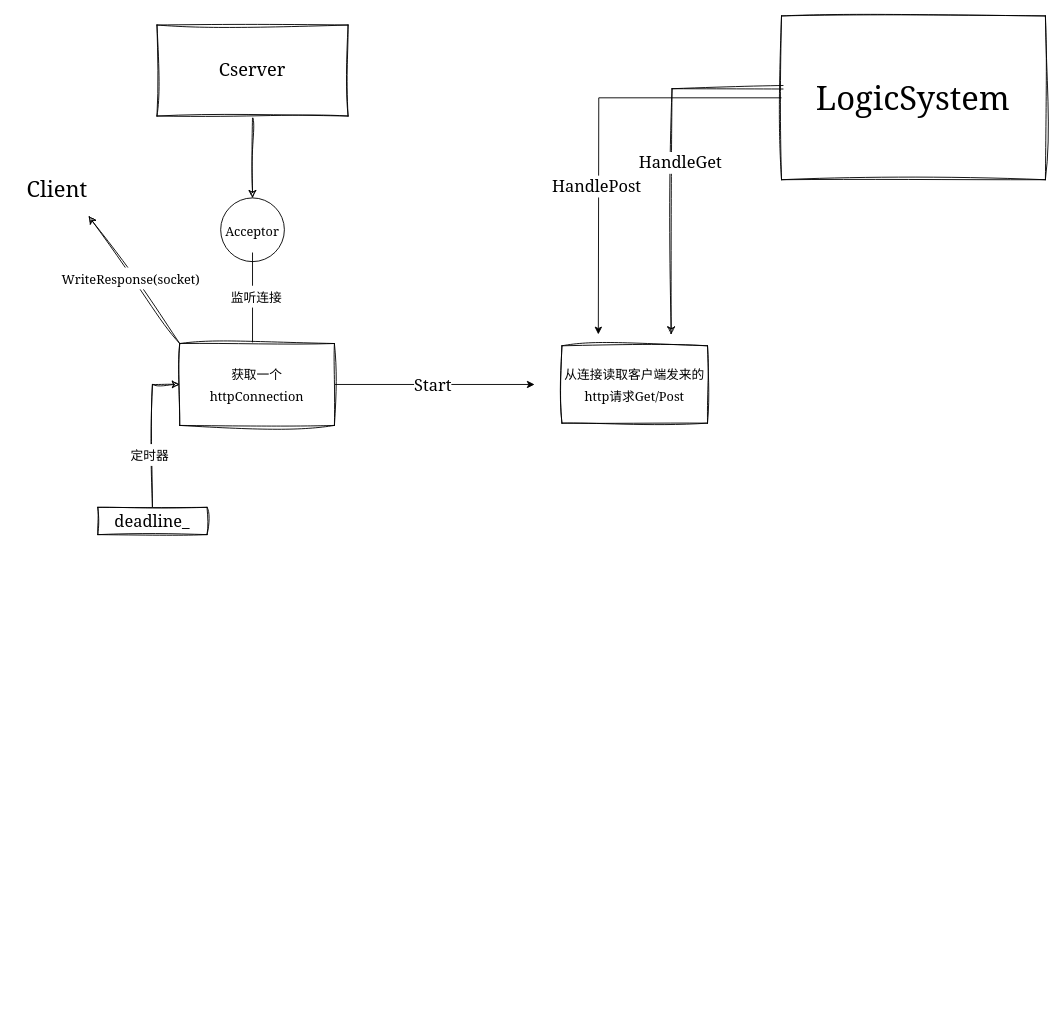
This is GateServer/GateServer.drawio from zyuhao7/WeChat, a draw.io file, before an edit. Source tidied: cells renumbered, new cells numbered last; positions are measured from the earlier drawing's top-left corner, leaving out a move shared by most shapes. Both pictures are drawn from the tidied source at 91%, with x=0, y=0 at pixel (15, 15).
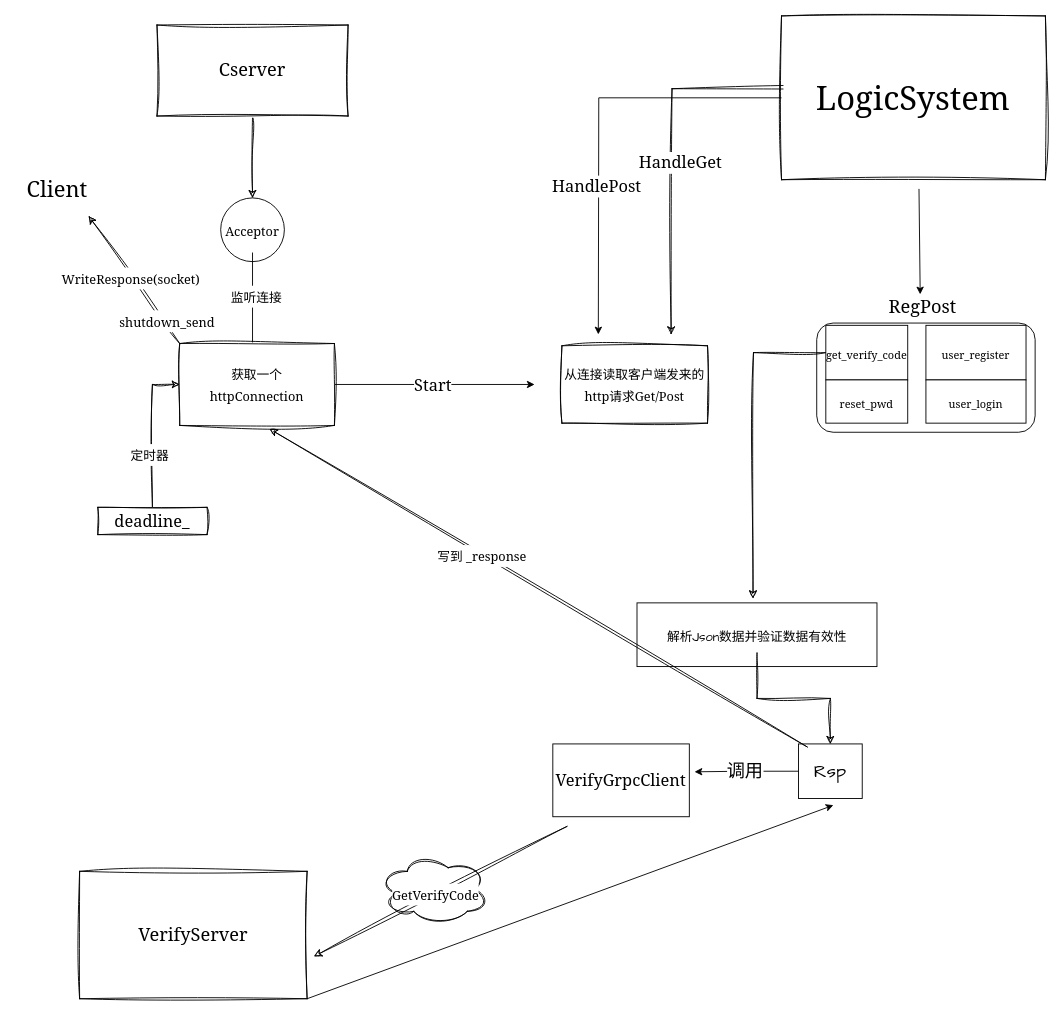
The same page after the edit.

The change refers to these unchanged cells:
```xml
<mxCell id="9" value="&lt;font face=&quot;Georgia&quot; style=&quot;font-size: 14px;&quot;&gt;获取一个&lt;br&gt;httpConnection&lt;/font&gt;" style="rounded=0;whiteSpace=wrap;html=1;sketch=1;hachureGap=4;jiggle=2;curveFitting=1;fontFamily=Architects Daughter;fontSize=20;" parent="1" vertex="1">
  <mxGeometry x="180" y="360" width="170" height="90" as="geometry" />
</mxCell>
<mxCell id="14" value="&lt;font style=&quot;font-size: 36px;&quot; face=&quot;Georgia&quot;&gt;LogicSystem&lt;/font&gt;" style="rounded=0;whiteSpace=wrap;html=1;sketch=1;hachureGap=4;jiggle=2;curveFitting=1;fontFamily=Architects Daughter;fontSize=20;" parent="1" vertex="1">
  <mxGeometry x="841.3" width="290" height="180" as="geometry" />
</mxCell>
<mxCell id="19" style="endArrow=classic;html=1;rounded=0;sketch=1;hachureGap=4;jiggle=2;curveFitting=1;fontFamily=Architects Daughter;fontSize=16;exitX=0.041;exitY=-0.007;exitDx=0;exitDy=0;exitPerimeter=0;" parent="1" edge="1">
  <mxGeometry relative="1" as="geometry">
    <mxPoint x="180" y="360" as="sourcePoint" />
    <mxPoint x="80" y="220" as="targetPoint" />
  </mxGeometry>
</mxCell>
```

Change to the diagram source:
```diff
@@
+    <mxCell id="22" style="rounded=1;whiteSpace=wrap;html=1;hachureGap=4;fontFamily=Architects Daughter;fontSize=20;" parent="1" vertex="1">
+      <mxGeometry x="880" y="337.5" width="240" height="120" as="geometry" />
+    </mxCell>
@@
+    <mxCell id="23" value="&lt;font style=&quot;font-size: 14px;&quot; face=&quot;Georgia&quot;&gt;shutdown_send&lt;/font&gt;" style="edgeLabel;html=1;align=center;verticalAlign=middle;fontSize=20;fontFamily=Architects Daughter;" parent="19" vertex="1">
+      <mxGeometry x="-0.65" y="-4" relative="1" as="geometry">
+        <mxPoint y="1" as="offset" />
+      </mxGeometry>
+    </mxCell>
@@
+    <mxCell id="24" value="&lt;font face=&quot;Georgia&quot;&gt;RegPost&lt;/font&gt;" style="text;html=1;align=center;verticalAlign=middle;points=[];strokeColor=none;fillColor=none;fontSize=20;fontFamily=Architects Daughter;" parent="1" vertex="1">
+      <mxGeometry x="946.3" y="300" width="100" height="40" as="geometry" />
+    </mxCell>
+    <mxCell id="25" style="edgeStyle=orthogonalEdgeStyle;rounded=0;sketch=1;hachureGap=4;jiggle=2;curveFitting=1;jettySize=auto;html=1;fontFamily=Architects Daughter;fontSize=16;" parent="1" edge="1" source="26">
+      <mxGeometry relative="1" as="geometry">
+        <mxPoint x="810" y="640" as="targetPoint" />
+      </mxGeometry>
+    </mxCell>
+    <mxCell id="26" value="&lt;font face=&quot;Georgia&quot; style=&quot;font-size: 12px;&quot;&gt;get_verify_code&lt;/font&gt;" style="rounded=0;whiteSpace=wrap;html=1;hachureGap=4;fontFamily=Architects Daughter;fontSize=20;" parent="1" vertex="1">
+      <mxGeometry x="890" y="340" width="90" height="60" as="geometry" />
+    </mxCell>
+    <mxCell id="27" value="&lt;font face=&quot;Georgia&quot; style=&quot;font-size: 12px;&quot;&gt;user_register&lt;/font&gt;" style="rounded=0;whiteSpace=wrap;html=1;hachureGap=4;fontFamily=Architects Daughter;fontSize=20;" parent="1" vertex="1">
+      <mxGeometry x="1000" y="340" width="110" height="60" as="geometry" />
+    </mxCell>
+    <mxCell id="28" value="&lt;font face=&quot;Georgia&quot; style=&quot;font-size: 12px;&quot;&gt;reset_pwd&lt;/font&gt;" style="rounded=0;whiteSpace=wrap;html=1;hachureGap=4;fontFamily=Architects Daughter;fontSize=20;" parent="1" vertex="1">
+      <mxGeometry x="890" y="400" width="90" height="47.5" as="geometry" />
+    </mxCell>
+    <mxCell id="29" value="&lt;font face=&quot;Georgia&quot; style=&quot;font-size: 12px;&quot;&gt;user_login&lt;/font&gt;" style="rounded=0;whiteSpace=wrap;html=1;hachureGap=4;fontFamily=Architects Daughter;fontSize=20;" parent="1" vertex="1">
+      <mxGeometry x="1000" y="400" width="110" height="47.5" as="geometry" />
+    </mxCell>
+    <mxCell id="30" style="endArrow=classic;html=1;rounded=0;hachureGap=4;fontFamily=Architects Daughter;fontSize=16;entryX=0.474;entryY=0.15;entryDx=0;entryDy=0;entryPerimeter=0;exitX=0.521;exitY=1.056;exitDx=0;exitDy=0;exitPerimeter=0;" parent="1" edge="1" source="14" target="24">
+      <mxGeometry relative="1" as="geometry" />
+    </mxCell>
+    <mxCell id="31" style="rounded=0;whiteSpace=wrap;html=1;hachureGap=4;fontFamily=Architects Daughter;fontSize=20;" parent="1" vertex="1">
+      <mxGeometry x="682.5" y="645" width="263.7" height="70" as="geometry" />
+    </mxCell>
+    <mxCell id="32" style="edgeStyle=orthogonalEdgeStyle;rounded=0;sketch=1;hachureGap=4;jiggle=2;curveFitting=1;jettySize=auto;html=1;entryX=0.5;entryY=0;entryDx=0;entryDy=0;fontFamily=Architects Daughter;fontSize=16;" parent="1" edge="1" source="33" target="40">
+      <mxGeometry relative="1" as="geometry" />
+    </mxCell>
+    <mxCell id="33" value="&lt;font style=&quot;font-size: 14px;&quot;&gt;解析Json数据并验证数据有效性&lt;/font&gt;" style="text;html=1;align=center;verticalAlign=middle;points=[];strokeColor=none;fillColor=none;fontSize=20;fontFamily=Architects Daughter;" parent="1" vertex="1">
+      <mxGeometry x="704.4" y="660" width="220" height="40" as="geometry" />
+    </mxCell>
+    <mxCell id="34" value="&lt;font face=&quot;Georgia&quot;&gt;VerifyServer&lt;/font&gt;" style="rounded=0;whiteSpace=wrap;html=1;sketch=1;hachureGap=4;jiggle=2;curveFitting=1;fontFamily=Architects Daughter;fontSize=20;" parent="1" vertex="1">
+      <mxGeometry x="70" y="940" width="250" height="140" as="geometry" />
+    </mxCell>
+    <mxCell id="35" style="ellipse;shape=cloud;whiteSpace=wrap;html=1;sketch=1;hachureGap=4;jiggle=2;curveFitting=1;fontFamily=Architects Daughter;fontSize=20;" parent="1" vertex="1">
+      <mxGeometry x="400" y="920" width="120" height="80" as="geometry" />
+    </mxCell>
+    <mxCell id="36" value="&lt;font face=&quot;Georgia&quot; style=&quot;font-size: 18px;&quot;&gt;VerifyGrpcClient&lt;/font&gt;" style="rounded=0;whiteSpace=wrap;html=1;hachureGap=4;fontFamily=Architects Daughter;fontSize=20;" parent="1" vertex="1">
+      <mxGeometry x="590" y="800" width="150" height="80" as="geometry" />
+    </mxCell>
+    <mxCell id="37" style="endArrow=classic;html=1;rounded=0;sketch=1;hachureGap=4;jiggle=2;curveFitting=1;fontFamily=Architects Daughter;fontSize=16;exitX=0.104;exitY=1.133;exitDx=0;exitDy=0;exitPerimeter=0;entryX=1.031;entryY=0.667;entryDx=0;entryDy=0;entryPerimeter=0;" parent="1" edge="1" source="36" target="34">
+      <mxGeometry relative="1" as="geometry" />
+    </mxCell>
+    <mxCell id="38" value="&lt;font style=&quot;font-size: 14px;&quot; face=&quot;Georgia&quot;&gt;GetVerifyCode&lt;/font&gt;" style="edgeLabel;html=1;align=center;verticalAlign=middle;fontSize=20;fontFamily=Architects Daughter;" parent="37" vertex="1">
+      <mxGeometry x="-0.03" y="5" relative="1" as="geometry">
+        <mxPoint x="-13" as="offset" />
+      </mxGeometry>
+    </mxCell>
+    <mxCell id="39" style="endArrow=classic;html=1;rounded=0;hachureGap=4;fontFamily=Architects Daughter;fontSize=16;exitX=1;exitY=1;exitDx=0;exitDy=0;entryX=0.548;entryY=1.122;entryDx=0;entryDy=0;entryPerimeter=0;" parent="1" edge="1" source="34" target="40">
+      <mxGeometry relative="1" as="geometry" />
+    </mxCell>
+    <mxCell id="40" value="Rsp" style="rounded=0;whiteSpace=wrap;html=1;hachureGap=4;fontFamily=Architects Daughter;fontSize=20;" parent="1" vertex="1">
+      <mxGeometry x="860" y="800" width="70" height="60" as="geometry" />
+    </mxCell>
+    <mxCell id="41" style="edgeStyle=orthogonalEdgeStyle;rounded=0;hachureGap=4;jettySize=auto;html=1;entryX=1.038;entryY=0.383;entryDx=0;entryDy=0;entryPerimeter=0;fontFamily=Architects Daughter;fontSize=16;" parent="1" edge="1" source="40" target="36">
+      <mxGeometry relative="1" as="geometry" />
+    </mxCell>
+    <mxCell id="42" value="调用" style="edgeLabel;html=1;align=center;verticalAlign=middle;fontSize=20;fontFamily=Architects Daughter;" parent="41" vertex="1">
+      <mxGeometry x="0.04" y="-1" relative="1" as="geometry">
+        <mxPoint x="1" y="-1" as="offset" />
+      </mxGeometry>
+    </mxCell>
+    <mxCell id="43" style="endArrow=classic;html=1;rounded=0;sketch=1;hachureGap=4;jiggle=2;curveFitting=1;fontFamily=Architects Daughter;fontSize=16;exitX=0.138;exitY=0.056;exitDx=0;exitDy=0;exitPerimeter=0;entryX=0.582;entryY=1.044;entryDx=0;entryDy=0;entryPerimeter=0;" parent="1" edge="1" source="40" target="9">
+      <mxGeometry relative="1" as="geometry" />
+    </mxCell>
+    <mxCell id="44" value="&lt;font face=&quot;Georgia&quot; style=&quot;font-size: 14px;&quot;&gt;写到 _response&lt;/font&gt;" style="edgeLabel;html=1;align=center;verticalAlign=middle;fontSize=20;fontFamily=Architects Daughter;" parent="43" vertex="1">
+      <mxGeometry x="0.21" y="1" relative="1" as="geometry" />
+    </mxCell>
```
